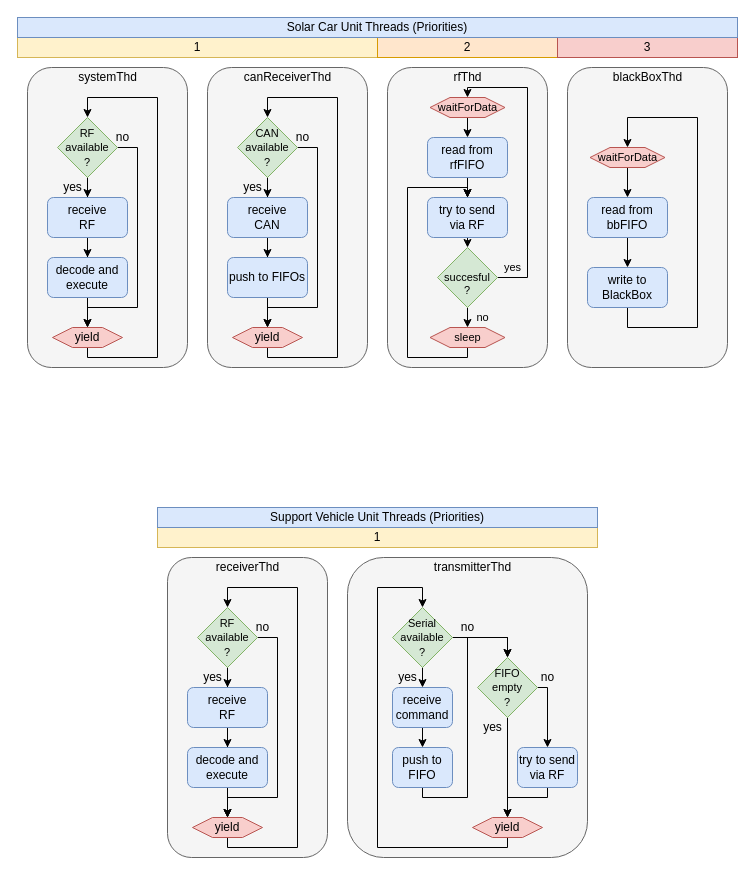
The draw.io diagram documentation/diagrams/threads.drawio in tjarker/Telemetry, before the edit. Source tidied: cells renumbered, new cells numbered last; positions are measured from the earlier drawing's top-left corner, leaving out a move shared by most shapes. Both pictures are drawn from the tidied source at 100%, with x=0, y=0 at pixel (17, 17).
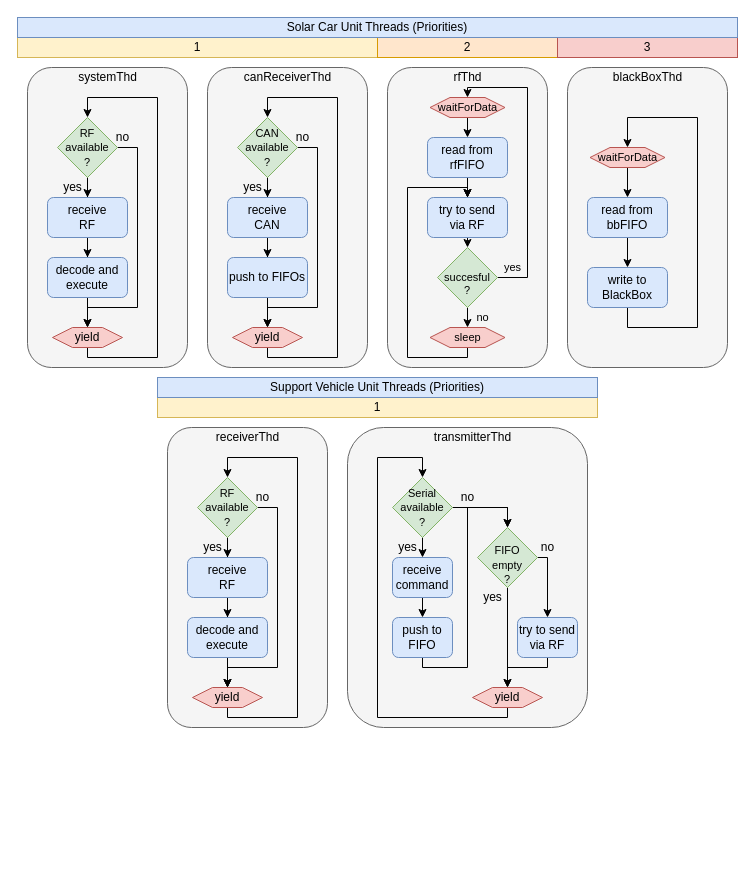
Above is the later version.

What changed in the source:
```diff
@@
     <mxCell id="56" value="1" style="rounded=0;whiteSpace=wrap;html=1;fillColor=#fff2cc;strokeColor=#d6b656;" parent="1" vertex="1">
-      <mxGeometry x="140" y="510" width="440" height="20" as="geometry" />
+      <mxGeometry x="140" y="380" width="440" height="20" as="geometry" />
     </mxCell>
     <mxCell id="57" style="rounded=1;whiteSpace=wrap;html=1;fillColor=#f5f5f5;strokeColor=#666666;fontColor=#333333;" parent="1" vertex="1">
-      <mxGeometry x="150" y="540" width="160" height="300" as="geometry" />
+      <mxGeometry x="150" y="410" width="160" height="300" as="geometry" />
     </mxCell>
     <mxCell id="58" value="receiverThd" style="text;html=1;align=center;verticalAlign=middle;strokeColor=none;" parent="1" vertex="1">
-      <mxGeometry x="190" y="540" width="80" height="20" as="geometry" />
+      <mxGeometry x="190" y="410" width="80" height="20" as="geometry" />
     </mxCell>
@@
     <mxCell id="60" style="edgeStyle=orthogonalEdgeStyle;rounded=0;jettySize=auto;html=1;exitX=1;exitY=0.5;exitDx=0;exitDy=0;entryX=0.5;entryY=0;entryDx=0;entryDy=0;" parent="1" edge="1" source="61" target="68">
       <mxGeometry relative="1" as="geometry">
         <Array as="points">
-          <mxPoint x="260" y="620" />
-          <mxPoint x="260" y="780" />
-          <mxPoint x="210" y="780" />
+          <mxPoint x="260" y="490" />
+          <mxPoint x="260" y="650" />
+          <mxPoint x="210" y="650" />
         </Array>
       </mxGeometry>
     </mxCell>
     <mxCell id="61" value="&lt;font style=&quot;font-size: 11px&quot;&gt;RF&lt;br&gt;available&lt;br&gt;?&lt;/font&gt;" style="rhombus;whiteSpace=wrap;html=1;fillColor=#d5e8d4;strokeColor=#82b366;" parent="1" vertex="1">
-      <mxGeometry x="180" y="590" width="60" height="60" as="geometry" />
+      <mxGeometry x="180" y="460" width="60" height="60" as="geometry" />
     </mxCell>
@@
     <mxCell id="63" value="receive&lt;br&gt;RF" style="rounded=1;whiteSpace=wrap;html=1;fillColor=#dae8fc;strokeColor=#6c8ebf;" parent="1" vertex="1">
-      <mxGeometry x="170" y="670" width="80" height="40" as="geometry" />
+      <mxGeometry x="170" y="540" width="80" height="40" as="geometry" />
     </mxCell>
@@
     <mxCell id="66" value="decode and execute" style="rounded=1;whiteSpace=wrap;html=1;fillColor=#dae8fc;strokeColor=#6c8ebf;" parent="1" vertex="1">
-      <mxGeometry x="170" y="730" width="80" height="40" as="geometry" />
+      <mxGeometry x="170" y="600" width="80" height="40" as="geometry" />
     </mxCell>
     <mxCell id="67" style="edgeStyle=orthogonalEdgeStyle;rounded=0;jettySize=auto;html=1;exitX=0.5;exitY=1;exitDx=0;exitDy=0;entryX=0.5;entryY=0;entryDx=0;entryDy=0;" parent="1" edge="1" source="68" target="61">
       <mxGeometry relative="1" as="geometry">
         <Array as="points">
-          <mxPoint x="210" y="830" />
-          <mxPoint x="280" y="830" />
-          <mxPoint x="280" y="570" />
-          <mxPoint x="210" y="570" />
+          <mxPoint x="210" y="700" />
+          <mxPoint x="280" y="700" />
+          <mxPoint x="280" y="440" />
+          <mxPoint x="210" y="440" />
         </Array>
       </mxGeometry>
     </mxCell>
     <mxCell id="68" value="yield" style="shape=hexagon;perimeter=hexagonPerimeter2;whiteSpace=wrap;html=1;fixedSize=1;fillColor=#f8cecc;strokeColor=#b85450;" parent="1" vertex="1">
-      <mxGeometry x="175" y="800" width="70" height="20" as="geometry" />
+      <mxGeometry x="175" y="670" width="70" height="20" as="geometry" />
     </mxCell>
     <mxCell id="69" value="yes" style="text;html=1;align=center;verticalAlign=middle;strokeColor=none;" parent="1" vertex="1">
-      <mxGeometry x="180" y="650" width="30" height="20" as="geometry" />
+      <mxGeometry x="180" y="520" width="30" height="20" as="geometry" />
     </mxCell>
     <mxCell id="70" value="no" style="text;html=1;align=center;verticalAlign=middle;strokeColor=none;" parent="1" vertex="1">
-      <mxGeometry x="230" y="600" width="30" height="20" as="geometry" />
+      <mxGeometry x="230" y="470" width="30" height="20" as="geometry" />
     </mxCell>
     <mxCell id="71" value="Support Vehicle Unit Threads (Priorities)" style="rounded=0;whiteSpace=wrap;html=1;fillColor=#dae8fc;strokeColor=#6c8ebf;align=center;" parent="1" vertex="1">
-      <mxGeometry x="140" y="490" width="440" height="20" as="geometry" />
+      <mxGeometry x="140" y="360" width="440" height="20" as="geometry" />
     </mxCell>
     <mxCell id="72" style="rounded=1;whiteSpace=wrap;html=1;fillColor=#f5f5f5;strokeColor=#666666;fontColor=#333333;" parent="1" vertex="1">
-      <mxGeometry x="330" y="540" width="240" height="300" as="geometry" />
+      <mxGeometry x="330" y="410" width="240" height="300" as="geometry" />
     </mxCell>
     <mxCell id="73" value="transmitterThd" style="text;html=1;align=center;verticalAlign=middle;strokeColor=none;" parent="1" vertex="1">
-      <mxGeometry x="410" y="540" width="90" height="20" as="geometry" />
+      <mxGeometry x="410" y="410" width="90" height="20" as="geometry" />
     </mxCell>
@@
     <mxCell id="76" value="&lt;span style=&quot;font-size: 11px&quot;&gt;Serial available&lt;br&gt;?&lt;/span&gt;" style="rhombus;whiteSpace=wrap;html=1;fillColor=#d5e8d4;strokeColor=#82b366;" parent="1" vertex="1">
-      <mxGeometry x="375" y="590" width="60" height="60" as="geometry" />
+      <mxGeometry x="375" y="460" width="60" height="60" as="geometry" />
     </mxCell>
     <mxCell id="77" style="edgeStyle=orthogonalEdgeStyle;rounded=0;jettySize=auto;html=1;exitX=0.5;exitY=1;exitDx=0;exitDy=0;entryX=0.5;entryY=0;entryDx=0;entryDy=0;" parent="1" edge="1" source="78" target="85">
       <mxGeometry relative="1" as="geometry">
         <Array as="points">
-          <mxPoint x="405" y="780" />
-          <mxPoint x="450" y="780" />
-          <mxPoint x="450" y="620" />
-          <mxPoint x="490" y="620" />
+          <mxPoint x="405" y="650" />
+          <mxPoint x="450" y="650" />
+          <mxPoint x="450" y="490" />
+          <mxPoint x="490" y="490" />
         </Array>
       </mxGeometry>
     </mxCell>
     <mxCell id="78" value="push to FIFO" style="rounded=1;whiteSpace=wrap;html=1;fillColor=#dae8fc;strokeColor=#6c8ebf;" parent="1" vertex="1">
-      <mxGeometry x="375" y="730" width="60" height="40" as="geometry" />
+      <mxGeometry x="375" y="600" width="60" height="40" as="geometry" />
     </mxCell>
     <mxCell id="79" style="edgeStyle=orthogonalEdgeStyle;rounded=0;jettySize=auto;html=1;exitX=0.5;exitY=1;exitDx=0;exitDy=0;entryX=0.5;entryY=0;entryDx=0;entryDy=0;" parent="1" edge="1" source="80" target="76">
       <mxGeometry relative="1" as="geometry">
         <Array as="points">
-          <mxPoint x="490" y="830" />
-          <mxPoint x="360" y="830" />
-          <mxPoint x="360" y="570" />
-          <mxPoint x="405" y="570" />
+          <mxPoint x="490" y="700" />
+          <mxPoint x="360" y="700" />
+          <mxPoint x="360" y="440" />
+          <mxPoint x="405" y="440" />
         </Array>
       </mxGeometry>
     </mxCell>
     <mxCell id="80" value="yield" style="shape=hexagon;perimeter=hexagonPerimeter2;whiteSpace=wrap;html=1;fixedSize=1;fillColor=#f8cecc;strokeColor=#b85450;" parent="1" vertex="1">
-      <mxGeometry x="455" y="800" width="70" height="20" as="geometry" />
+      <mxGeometry x="455" y="670" width="70" height="20" as="geometry" />
     </mxCell>
     <mxCell id="81" value="yes" style="text;html=1;align=center;verticalAlign=middle;strokeColor=none;" parent="1" vertex="1">
-      <mxGeometry x="375" y="650" width="30" height="20" as="geometry" />
+      <mxGeometry x="375" y="520" width="30" height="20" as="geometry" />
     </mxCell>
     <mxCell id="82" value="no" style="text;html=1;align=center;verticalAlign=middle;strokeColor=none;" parent="1" vertex="1">
-      <mxGeometry x="435" y="600" width="30" height="20" as="geometry" />
+      <mxGeometry x="435" y="470" width="30" height="20" as="geometry" />
     </mxCell>
     <mxCell id="83" style="edgeStyle=orthogonalEdgeStyle;rounded=0;jettySize=auto;html=1;exitX=1;exitY=0.5;exitDx=0;exitDy=0;entryX=0.5;entryY=0;entryDx=0;entryDy=0;" parent="1" edge="1" source="85" target="87">
       <mxGeometry relative="1" as="geometry">
         <Array as="points">
-          <mxPoint x="530" y="670" />
+          <mxPoint x="530" y="540" />
         </Array>
       </mxGeometry>
     </mxCell>
@@
-    <mxCell id="85" value="&lt;span style=&quot;font-size: 11px&quot;&gt;FIFO empty&lt;br&gt;?&lt;/span&gt;" style="rhombus;whiteSpace=wrap;html=1;fillColor=#d5e8d4;strokeColor=#82b366;" parent="1" vertex="1">
-      <mxGeometry x="460" y="640" width="60" height="60" as="geometry" />
+    <mxCell id="85" value="&lt;br&gt;&lt;div&gt;&lt;span style=&quot;font-size: 11px&quot;&gt;FIFO empty&lt;/span&gt;&lt;/div&gt;&lt;span style=&quot;font-size: 11px&quot;&gt;?&lt;/span&gt;" style="rhombus;whiteSpace=wrap;html=1;fillColor=#d5e8d4;strokeColor=#82b366;" parent="1" vertex="1">
+      <mxGeometry x="460" y="510" width="60" height="60" as="geometry" />
     </mxCell>
     <mxCell id="86" style="edgeStyle=orthogonalEdgeStyle;rounded=0;jettySize=auto;html=1;exitX=0.5;exitY=1;exitDx=0;exitDy=0;" parent="1" edge="1" source="87">
       <mxGeometry relative="1" as="geometry">
-        <mxPoint x="490" y="800" as="targetPoint" />
+        <mxPoint x="490" y="670" as="targetPoint" />
         <Array as="points">
-          <mxPoint x="530" y="780" />
-          <mxPoint x="490" y="780" />
+          <mxPoint x="530" y="650" />
+          <mxPoint x="490" y="650" />
         </Array>
       </mxGeometry>
     </mxCell>
     <mxCell id="87" value="try to send&lt;br&gt;via RF" style="rounded=1;whiteSpace=wrap;html=1;fillColor=#dae8fc;strokeColor=#6c8ebf;" parent="1" vertex="1">
-      <mxGeometry x="500" y="730" width="60" height="40" as="geometry" />
+      <mxGeometry x="500" y="600" width="60" height="40" as="geometry" />
     </mxCell>
@@
     <mxCell id="89" value="receive command" style="rounded=1;whiteSpace=wrap;html=1;fillColor=#dae8fc;strokeColor=#6c8ebf;" parent="1" vertex="1">
-      <mxGeometry x="375" y="670" width="60" height="40" as="geometry" />
+      <mxGeometry x="375" y="540" width="60" height="40" as="geometry" />
     </mxCell>
     <mxCell id="90" value="yes" style="text;html=1;align=center;verticalAlign=middle;strokeColor=none;" parent="1" vertex="1">
-      <mxGeometry x="460" y="700" width="30" height="20" as="geometry" />
+      <mxGeometry x="460" y="570" width="30" height="20" as="geometry" />
     </mxCell>
     <mxCell id="91" value="no" style="text;html=1;align=center;verticalAlign=middle;strokeColor=none;" parent="1" vertex="1">
-      <mxGeometry x="515" y="650" width="30" height="20" as="geometry" />
+      <mxGeometry x="515" y="520" width="30" height="20" as="geometry" />
     </mxCell>
```
